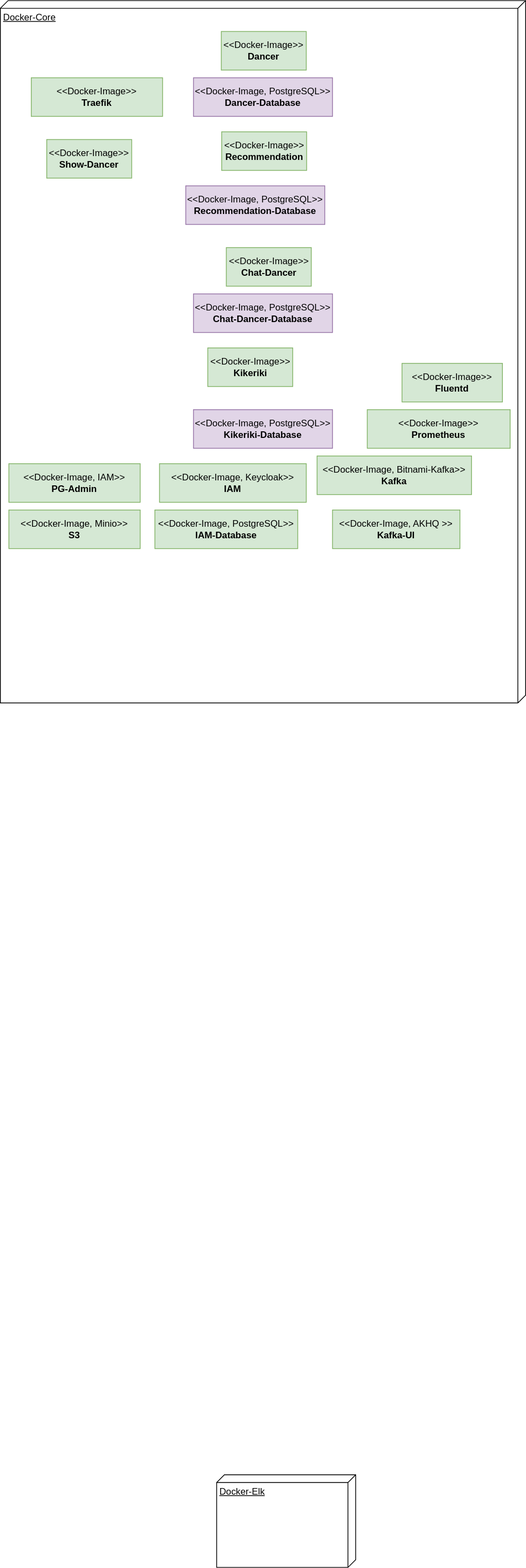
Earlier version of the draw.io export src/main/jbake/content/documentation/arc42/images/deployment.drawio.svg (dancier/documentation). Source tidied: cells renumbered, new cells last; positions are measured from the earlier drawing's top-left corner, leaving out a move shared by most shapes.
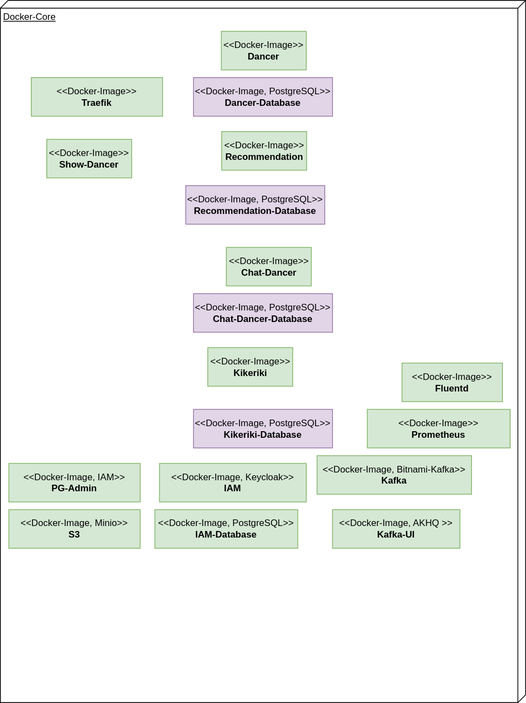
After the change.

The edit, as a diff of the source:
```diff
@@ -11,9 +11,6 @@
     <mxCell id="4" value="&amp;lt;&amp;lt;Docker-Image&amp;gt;&amp;gt;&lt;br&gt;&lt;b&gt;Traefik&lt;/b&gt;" style="html=1;whiteSpace=wrap;fillColor=#d5e8d4;strokeColor=#82b366;" parent="1" vertex="1">
       <mxGeometry x="40" y="100" width="170" height="50" as="geometry" />
     </mxCell>
-    <mxCell id="5" value="Docker-Elk" style="verticalAlign=top;align=left;spacingTop=8;spacingLeft=2;spacingRight=12;shape=cube;size=10;direction=south;fontStyle=4;html=1;whiteSpace=wrap;" parent="1" vertex="1">
-      <mxGeometry x="280" y="1910" width="180" height="120" as="geometry" />
-    </mxCell>
     <mxCell id="6" value="&amp;lt;&amp;lt;Docker-Image&amp;gt;&amp;gt;&lt;br&gt;&lt;b&gt;Fluentd&lt;/b&gt;" style="html=1;whiteSpace=wrap;fillColor=#d5e8d4;strokeColor=#82b366;" parent="1" vertex="1">
       <mxGeometry x="520" y="470" width="130" height="50" as="geometry" />
     </mxCell>
```
